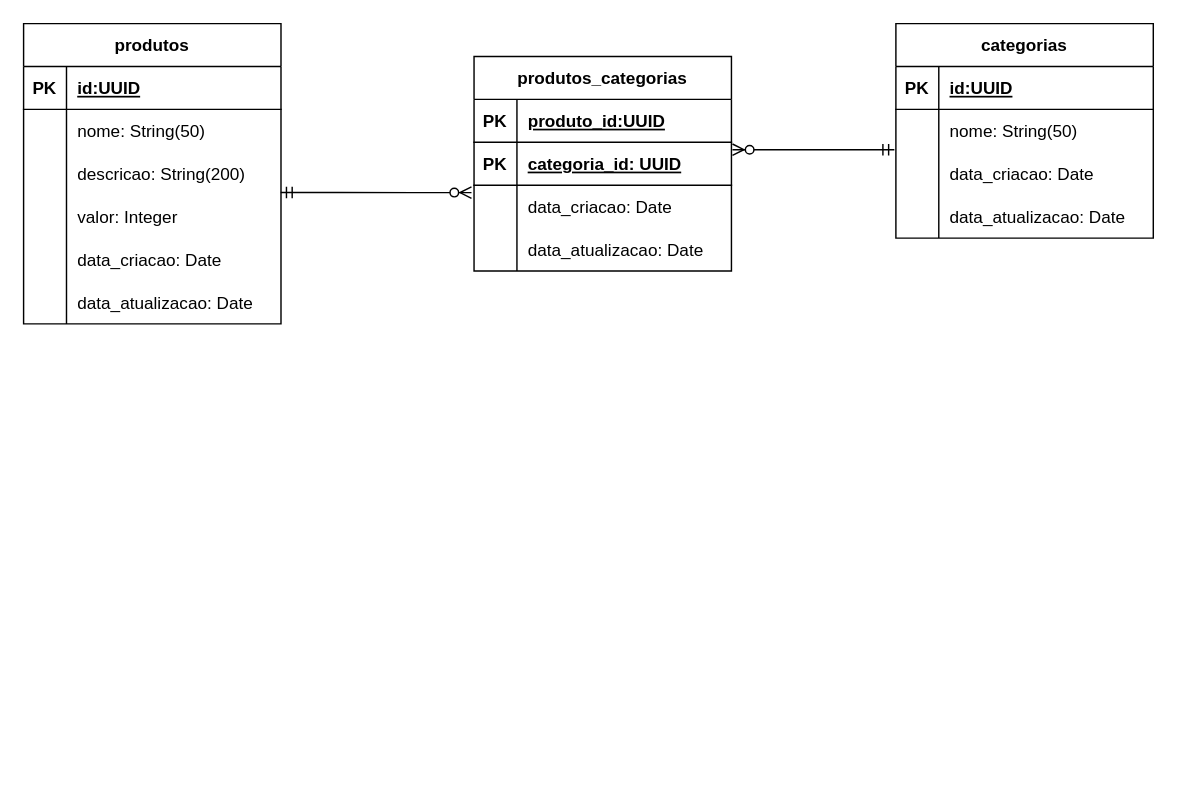
This is page "Modelo Lógico" (2 of 2) of requirements/ecommerce-database.drawio from Rrodrigo2525/ecommerce-node-api, a draw.io file, before an edit. Source tidied: cells renumbered, new cells numbered last; positions are measured from the earlier drawing's top-left corner, leaving out a move shared by most shapes. Both pictures are drawn from the tidied source at 143%, with x=0, y=0 at pixel (23, 23).
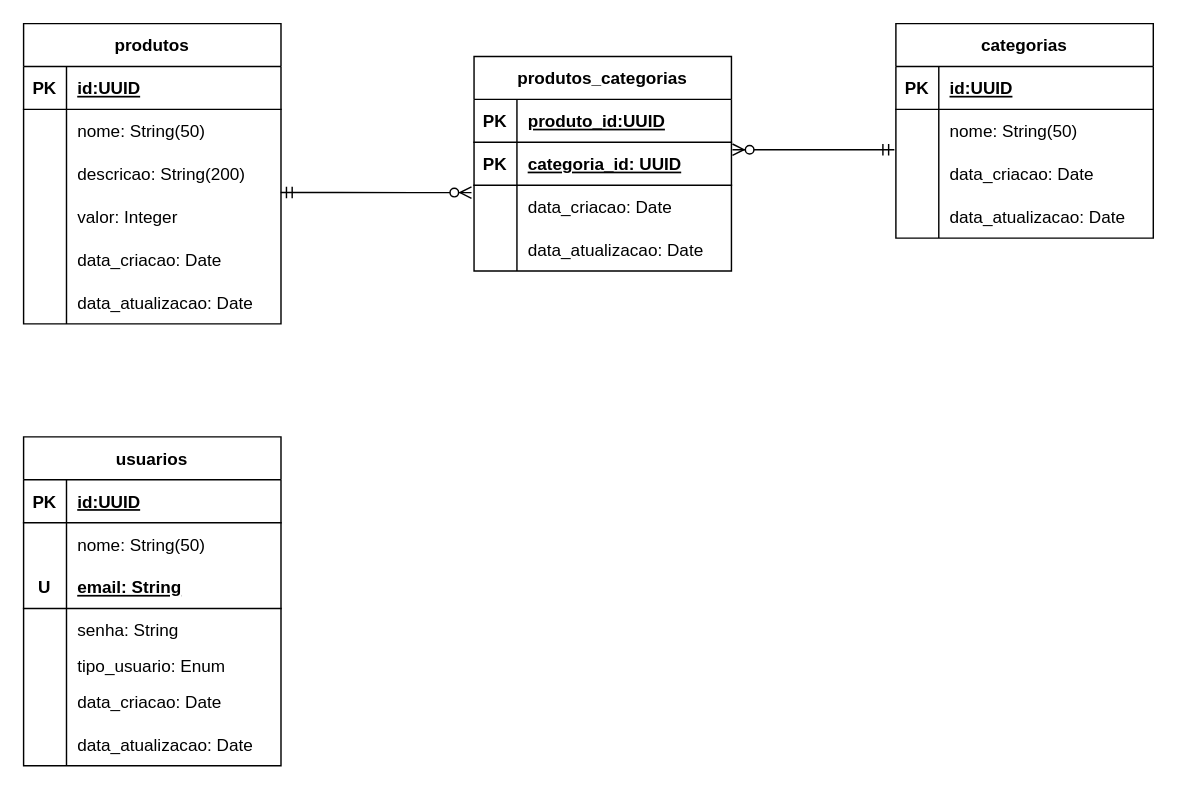
The same diagram, later.

The edit, as a diff of the source:
```diff
@@
+    <mxCell id="49" value="usuarios" style="shape=table;startSize=30;childLayout=tableLayout;rowLines=0;fontStyle=1;align=center;" parent="1" vertex="1">
+      <mxGeometry y="289" width="180" height="230" as="geometry" />
+    </mxCell>
+    <mxCell id="50" style="shape=tableRow;horizontal=0;startSize=0;swimlaneHead=0;swimlaneBody=0;fillColor=none;top=0;left=0;right=0;bottom=1;" parent="49" vertex="1">
+      <mxGeometry y="30" width="180" height="30" as="geometry" />
+    </mxCell>
+    <mxCell id="51" value="PK" style="shape=partialRectangle;fillColor=none;top=0;left=0;bottom=0;right=0;fontStyle=1;overflow=hidden;" parent="50" vertex="1">
+      <mxGeometry width="30" height="30" as="geometry" />
+    </mxCell>
+    <mxCell id="52" value="id:UUID" style="shape=partialRectangle;fillColor=none;top=0;left=0;bottom=0;right=0;align=left;spacingLeft=6;fontStyle=5;overflow=hidden;" parent="50" vertex="1">
+      <mxGeometry x="30" width="150" height="30" as="geometry" />
+    </mxCell>
+    <mxCell id="53" style="shape=tableRow;horizontal=0;startSize=0;swimlaneHead=0;swimlaneBody=0;fillColor=none;top=0;left=0;right=0;bottom=0;" parent="49" vertex="1">
+      <mxGeometry y="60" width="180" height="30" as="geometry" />
+    </mxCell>
+    <mxCell id="54" style="shape=partialRectangle;fillColor=none;top=0;left=0;bottom=0;right=0;overflow=hidden;" parent="53" vertex="1">
+      <mxGeometry width="30" height="30" as="geometry" />
+    </mxCell>
+    <mxCell id="55" value="nome: String(50)" style="shape=partialRectangle;fillColor=none;top=0;left=0;bottom=0;right=0;align=left;spacingLeft=6;overflow=hidden;" parent="53" vertex="1">
+      <mxGeometry x="30" width="150" height="30" as="geometry" />
+    </mxCell>
+    <mxCell id="56" style="shape=tableRow;horizontal=0;startSize=0;swimlaneHead=0;swimlaneBody=0;fillColor=none;top=0;left=0;right=0;bottom=1;" parent="49" vertex="1">
+      <mxGeometry y="90" width="180" height="30" as="geometry" />
+    </mxCell>
+    <mxCell id="57" value="U" style="shape=partialRectangle;fillColor=none;top=0;left=0;bottom=0;right=0;fontStyle=1;overflow=hidden;" parent="56" vertex="1">
+      <mxGeometry width="30" height="30" as="geometry" />
+    </mxCell>
+    <mxCell id="58" value="email: String" style="shape=partialRectangle;fillColor=none;top=0;left=0;bottom=0;right=0;align=left;spacingLeft=6;fontStyle=5;overflow=hidden;" parent="56" vertex="1">
+      <mxGeometry x="30" width="150" height="30" as="geometry" />
+    </mxCell>
+    <mxCell id="59" style="shape=tableRow;horizontal=0;startSize=0;swimlaneHead=0;swimlaneBody=0;fillColor=none;top=0;left=0;right=0;bottom=0;" parent="49" vertex="1">
+      <mxGeometry y="120" width="180" height="30" as="geometry" />
+    </mxCell>
+    <mxCell id="60" style="shape=partialRectangle;fillColor=none;top=0;left=0;bottom=0;right=0;overflow=hidden;" parent="59" vertex="1">
+      <mxGeometry width="30" height="30" as="geometry" />
+    </mxCell>
+    <mxCell id="61" value="senha: String" style="shape=partialRectangle;fillColor=none;top=0;left=0;bottom=0;right=0;align=left;spacingLeft=6;overflow=hidden;" parent="59" vertex="1">
+      <mxGeometry x="30" width="150" height="30" as="geometry" />
+    </mxCell>
+    <mxCell id="62" style="shape=tableRow;horizontal=0;startSize=0;swimlaneHead=0;swimlaneBody=0;fillColor=none;top=0;left=0;right=0;bottom=0;" parent="49" vertex="1">
+      <mxGeometry y="150" width="180" height="20" as="geometry" />
+    </mxCell>
+    <mxCell id="63" style="shape=partialRectangle;fillColor=none;top=0;left=0;bottom=0;right=0;overflow=hidden;" parent="62" vertex="1">
+      <mxGeometry width="30" height="20" as="geometry" />
+    </mxCell>
+    <mxCell id="64" value="tipo_usuario: Enum" style="shape=partialRectangle;fillColor=none;top=0;left=0;bottom=0;right=0;align=left;spacingLeft=6;overflow=hidden;" parent="62" vertex="1">
+      <mxGeometry x="30" width="150" height="20" as="geometry" />
+    </mxCell>
+    <mxCell id="65" style="shape=tableRow;horizontal=0;startSize=0;swimlaneHead=0;swimlaneBody=0;fillColor=none;top=0;left=0;right=0;bottom=0;" parent="49" vertex="1">
+      <mxGeometry y="170" width="180" height="30" as="geometry" />
+    </mxCell>
+    <mxCell id="66" style="shape=partialRectangle;fillColor=none;top=0;left=0;bottom=0;right=0;overflow=hidden;" parent="65" vertex="1">
+      <mxGeometry width="30" height="30" as="geometry" />
+    </mxCell>
+    <mxCell id="67" value="data_criacao: Date" style="shape=partialRectangle;fillColor=none;top=0;left=0;bottom=0;right=0;align=left;spacingLeft=6;overflow=hidden;" parent="65" vertex="1">
+      <mxGeometry x="30" width="150" height="30" as="geometry" />
+    </mxCell>
+    <mxCell id="68" style="shape=tableRow;horizontal=0;startSize=0;swimlaneHead=0;swimlaneBody=0;fillColor=none;top=0;left=0;right=0;bottom=0;" parent="49" vertex="1">
+      <mxGeometry y="200" width="180" height="30" as="geometry" />
+    </mxCell>
+    <mxCell id="69" style="shape=partialRectangle;fillColor=none;top=0;left=0;bottom=0;right=0;overflow=hidden;" parent="68" vertex="1">
+      <mxGeometry width="30" height="30" as="geometry" />
+    </mxCell>
+    <mxCell id="70" value="data_atualizacao: Date" style="shape=partialRectangle;fillColor=none;top=0;left=0;bottom=0;right=0;align=left;spacingLeft=6;overflow=hidden;" parent="68" vertex="1">
+      <mxGeometry x="30" width="150" height="30" as="geometry" />
+    </mxCell>
```
